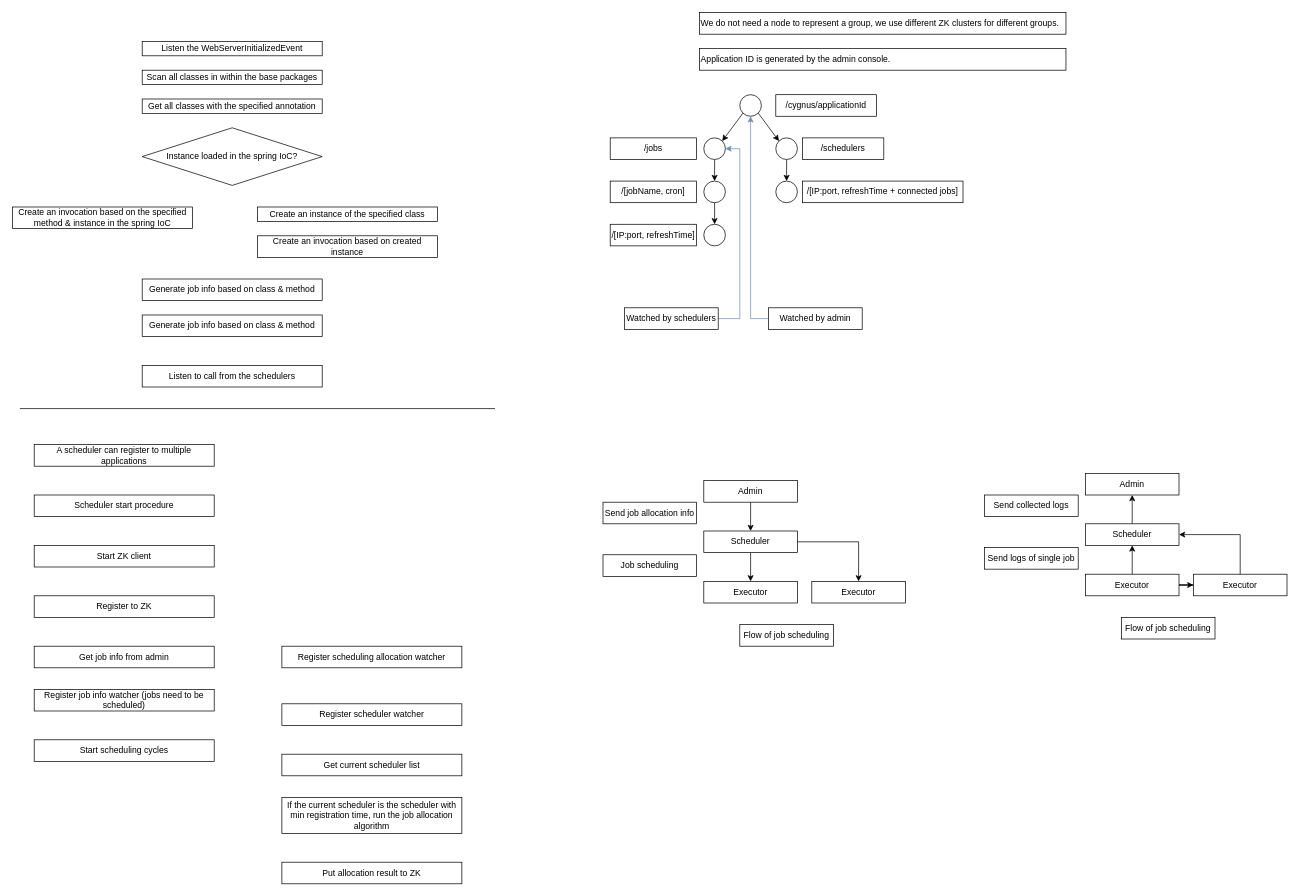
Earlier version of the draw.io diagram Cygnus.drawio (D15190304050/drawio_charts). Source tidied: cells renumbered, new cells numbered last; positions are measured from the earlier drawing's top-left corner, leaving out a move shared by most shapes. Both pictures are drawn from the tidied source at 72%, with x=0, y=0 at pixel (12, 12).
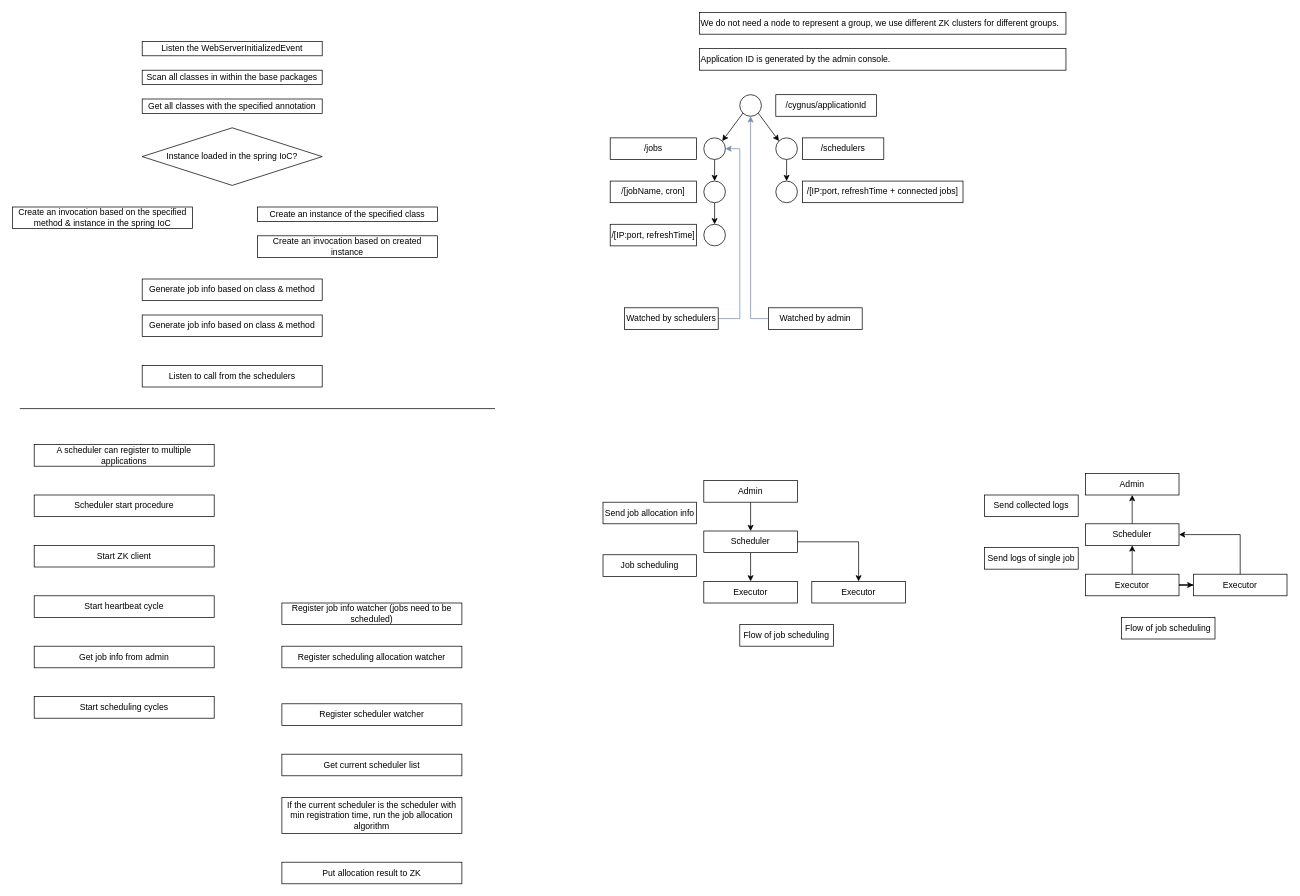
After the change.

The edit, as a diff of the source:
```diff
@@
     <mxCell id="18" value="Start scheduling cycles" style="rounded=0;whiteSpace=wrap;html=1;" parent="1" vertex="1">
-      <mxGeometry x="30" y="1010" width="250" height="30" as="geometry" />
+      <mxGeometry x="30" y="950" width="250" height="30" as="geometry" />
     </mxCell>
@@
     <mxCell id="22" value="Register job info watcher (jobs need to be scheduled)" style="rounded=0;whiteSpace=wrap;html=1;" parent="1" vertex="1">
-      <mxGeometry x="30" y="940" width="250" height="30" as="geometry" />
+      <mxGeometry x="374" y="820" width="250" height="30" as="geometry" />
     </mxCell>
-    <mxCell id="23" value="Register to ZK" style="rounded=0;whiteSpace=wrap;html=1;" parent="1" vertex="1">
+    <mxCell id="23" value="Start heartbeat cycle" style="rounded=0;whiteSpace=wrap;html=1;" parent="1" vertex="1">
       <mxGeometry x="30" y="810" width="250" height="30" as="geometry" />
     </mxCell>
```
